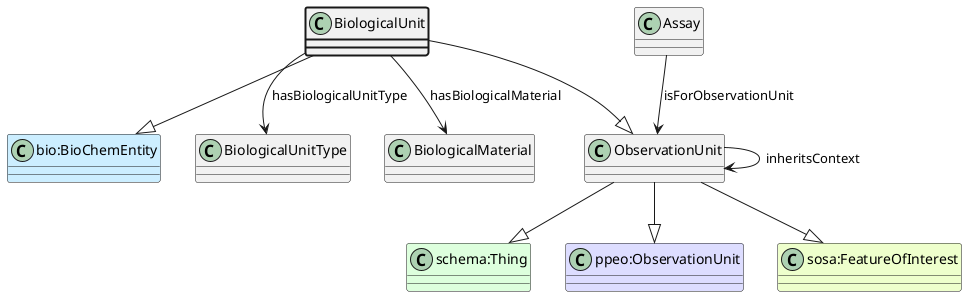
This is ttl_uml/ttl_appn_BiologicalUnit.png from aus-plant-phenomics-network/appn-schema, a PlantUML export, as it was before one commit. Source of this version:
```plantuml
@startuml
class BiologicalUnit  #line.bold
class ObservationUnit
class "schema:Thing" #DDFFDD
ObservationUnit --|> "schema:Thing"
class "ppeo:ObservationUnit" #DDDDFF
ObservationUnit --|> "ppeo:ObservationUnit"
class "sosa:FeatureOfInterest" #EEFFCC
ObservationUnit --|> "sosa:FeatureOfInterest"
class Assay
Assay --> ObservationUnit : isForObservationUnit
class ObservationUnit
ObservationUnit --> ObservationUnit : inheritsContext
BiologicalUnit --|> ObservationUnit
class "bio:BioChemEntity" #CCEEFF
BiologicalUnit --|> "bio:BioChemEntity"
class BiologicalUnitType
BiologicalUnit --> BiologicalUnitType : hasBiologicalUnitType
class BiologicalMaterial
BiologicalUnit --> BiologicalMaterial : hasBiologicalMaterial
@enduml
```
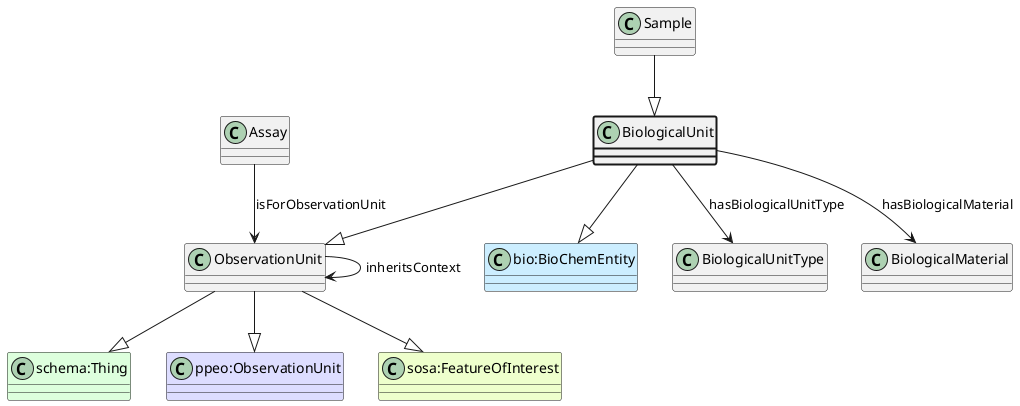
Above is the later version.

Commit message:
Sample as subclass of BiologicalUnit

The edit, as a diff of the source:
```diff
@@ -18,4 +18,6 @@
 BiologicalUnit --> BiologicalUnitType : hasBiologicalUnitType
 class BiologicalMaterial
 BiologicalUnit --> BiologicalMaterial : hasBiologicalMaterial
+class Sample
+Sample --|> BiologicalUnit
 @enduml
```
